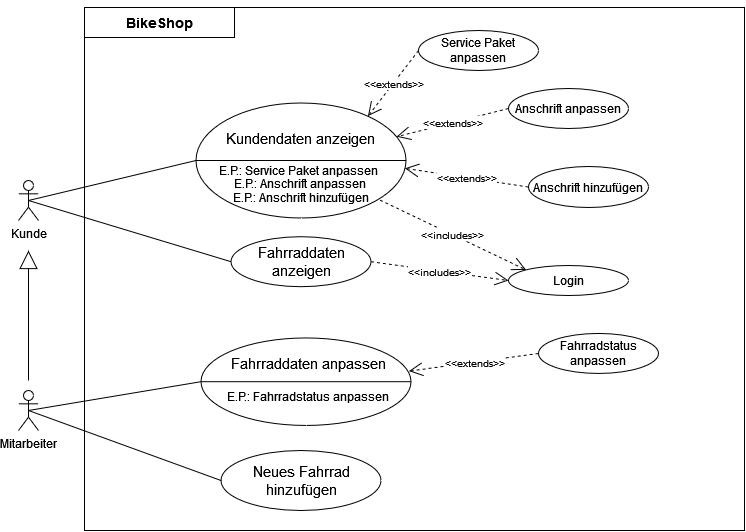
Above: pictures/BikeShopUseCaseDiagram.drawio.png in Peofesor/BikeShop (draw.io), before the change. Source tidied: cells renumbered, new cells last; positions are measured from the earlier drawing's top-left corner, leaving out a move shared by most shapes.
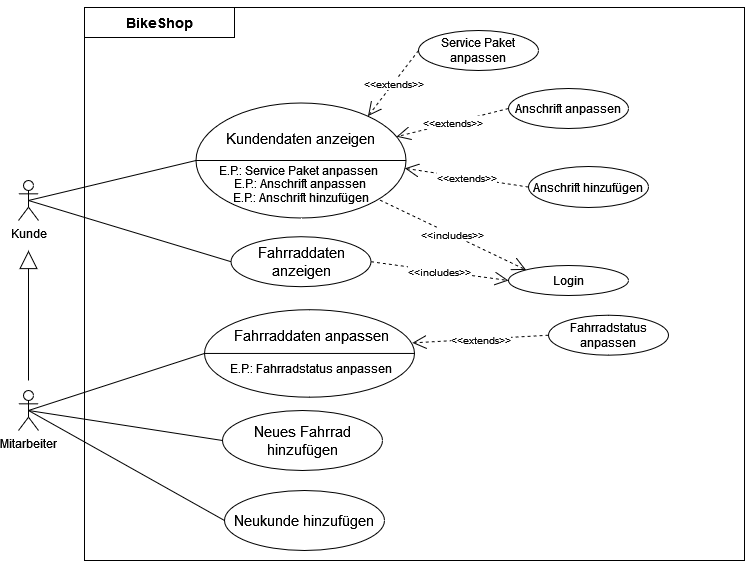
Above is the later version.

The edit, as a diff of the source:
```diff
@@ -3,7 +3,7 @@
     <mxCell id="0" />
     <mxCell id="1" parent="0" />
     <mxCell id="2" style="rounded=0;whiteSpace=wrap;html=1;labelBackgroundColor=none;fillColor=none;strokeColor=#000000;" parent="1" vertex="1">
-      <mxGeometry x="66" width="660" height="523" as="geometry" />
+      <mxGeometry x="66" width="660" height="553" as="geometry" />
     </mxCell>
     <mxCell id="3" value="&lt;font&gt;Mitarbeiter&lt;/font&gt;" style="shape=umlActor;verticalLabelPosition=bottom;labelBackgroundColor=none;verticalAlign=top;html=1;outlineConnect=0;fillColor=none;strokeColor=#000000;fontColor=#000000;" parent="1" vertex="1">
       <mxGeometry y="383" width="20" height="40" as="geometry" />
@@ -45,7 +45,7 @@
       <mxGeometry x="490" y="258" width="120" height="30" as="geometry" />
     </mxCell>
     <mxCell id="16" value="Neues Fahrrad hinzufügen" style="ellipse;whiteSpace=wrap;html=1;labelBackgroundColor=none;fontSize=15;align=center;fillColor=none;strokeColor=#000000;fontColor=#000000;" parent="1" vertex="1">
-      <mxGeometry x="202.5" y="443" width="160" height="60" as="geometry" />
+      <mxGeometry x="204" y="403" width="160" height="60" as="geometry" />
     </mxCell>
     <mxCell id="17" style="endArrow=none;html=1;labelBackgroundColor=none;fontColor=#000000;exitX=0.5;exitY=0.5;exitDx=0;exitDy=0;exitPerimeter=0;entryX=0.5;entryY=1;entryDx=0;entryDy=0;fillColor=none;strokeColor=#000000;" parent="1" edge="1" source="3" target="21">
       <mxGeometry relative="1" as="geometry" />
@@ -60,16 +60,16 @@
       <mxGeometry x="213.2" y="180" width="162.5" height="20" as="geometry" />
     </mxCell>
     <mxCell id="21" style="shape=lineEllipse;line=vertical;perimeter=ellipsePerimeter;whiteSpace=wrap;html=1;backgroundOutline=1;labelBackgroundColor=none;align=center;rotation=90;fillColor=none;strokeColor=#000000;fontColor=#000000;" parent="1" vertex="1">
-      <mxGeometry x="243.8" y="269.2" width="87.5" height="210" as="geometry" />
+      <mxGeometry x="247.2" y="240.9" width="87.5" height="210" as="geometry" />
     </mxCell>
     <mxCell id="22" value="Fahrraddaten anpassen" style="text;html=1;align=center;verticalAlign=middle;whiteSpace=wrap;rounded=0;labelBackgroundColor=none;fontSize=15;fillColor=none;strokeColor=none;fontColor=#000000;" parent="1" vertex="1">
-      <mxGeometry x="209.5" y="345.9" width="160" height="20" as="geometry" />
+      <mxGeometry x="213" y="317.7" width="160" height="20" as="geometry" />
     </mxCell>
     <mxCell id="23" value="E.P.: Fahrradstatus anpassen" style="text;html=1;align=left;verticalAlign=middle;whiteSpace=wrap;rounded=0;labelBackgroundColor=none;fillColor=none;strokeColor=none;fontColor=#000000;" parent="1" vertex="1">
-      <mxGeometry x="206.5" y="379.4" width="190" height="20" as="geometry" />
+      <mxGeometry x="210" y="351.2" width="190" height="20" as="geometry" />
     </mxCell>
     <mxCell id="24" value="Fahrradstatus anpassen" style="ellipse;whiteSpace=wrap;html=1;labelBackgroundColor=none;align=center;fillColor=none;strokeColor=#000000;fontColor=#000000;" parent="1" vertex="1">
-      <mxGeometry x="520" y="325.9" width="120" height="40" as="geometry" />
+      <mxGeometry x="530" y="307.7" width="120" height="40" as="geometry" />
     </mxCell>
     <mxCell id="25" value="&lt;font style=&quot;font-size: 10px;&quot;&gt;&amp;lt;&amp;lt;extends&amp;gt;&amp;gt;&lt;/font&gt;" style="endArrow=open;endSize=12;dashed=1;html=1;rounded=0;exitX=0;exitY=0.5;exitDx=0;exitDy=0;entryX=0.114;entryY=0.181;entryDx=0;entryDy=0;entryPerimeter=0;" parent="1" edge="1" source="11" target="6">
       <mxGeometry relative="1" as="geometry" />
@@ -95,5 +95,11 @@
         <mxPoint x="10" y="243" as="targetPoint" />
       </mxGeometry>
     </mxCell>
+    <mxCell id="32" value="Neukunde hinzufügen" style="ellipse;whiteSpace=wrap;html=1;labelBackgroundColor=none;fontSize=15;align=center;fillColor=none;strokeColor=#000000;fontColor=#000000;" parent="1" vertex="1">
+      <mxGeometry x="206" y="483" width="160" height="60" as="geometry" />
+    </mxCell>
+    <mxCell id="33" style="endArrow=none;html=1;labelBackgroundColor=none;fontColor=#000000;exitX=0.5;exitY=0.5;exitDx=0;exitDy=0;exitPerimeter=0;entryX=0;entryY=0.5;entryDx=0;entryDy=0;fillColor=none;strokeColor=#000000;" parent="1" edge="1" source="3" target="32">
+      <mxGeometry relative="1" as="geometry" />
+    </mxCell>
   </root>
 </mxGraphModel>
```
